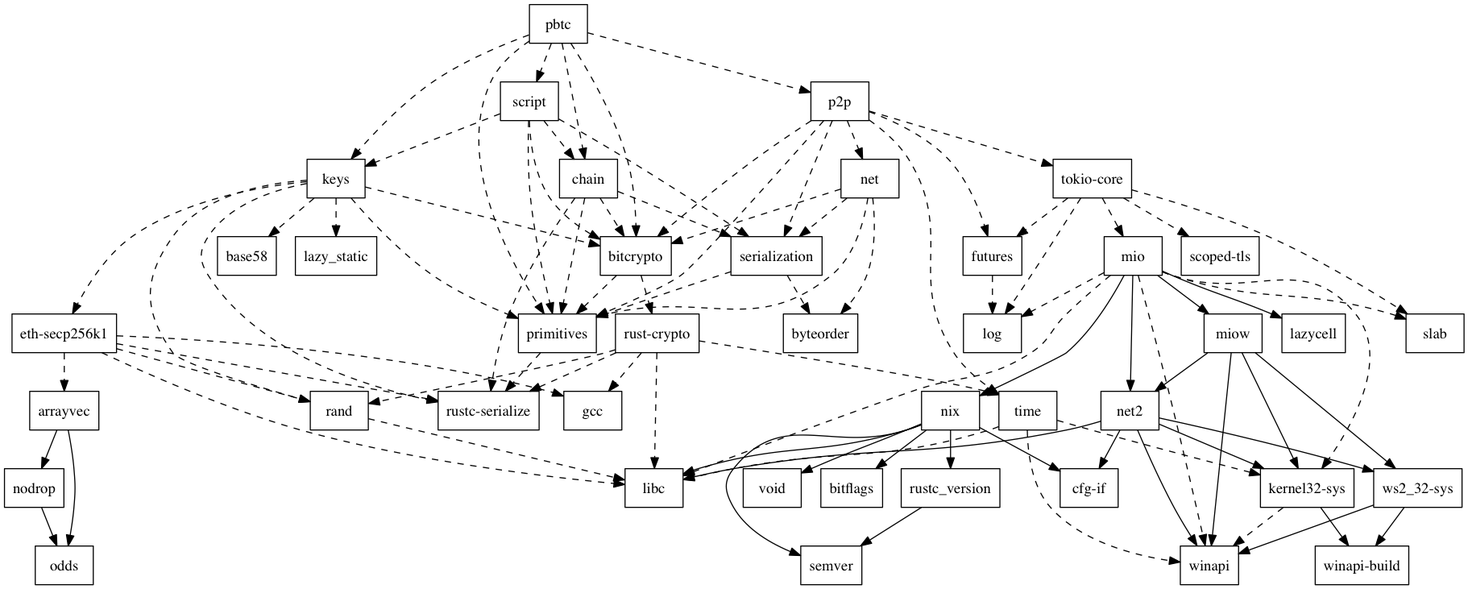
paritytech/parity-bitcoin keeps this Graphviz diagram as tools/graph.png. Above is the earlier version. Its source is kept beside it as tools/graph.dot.
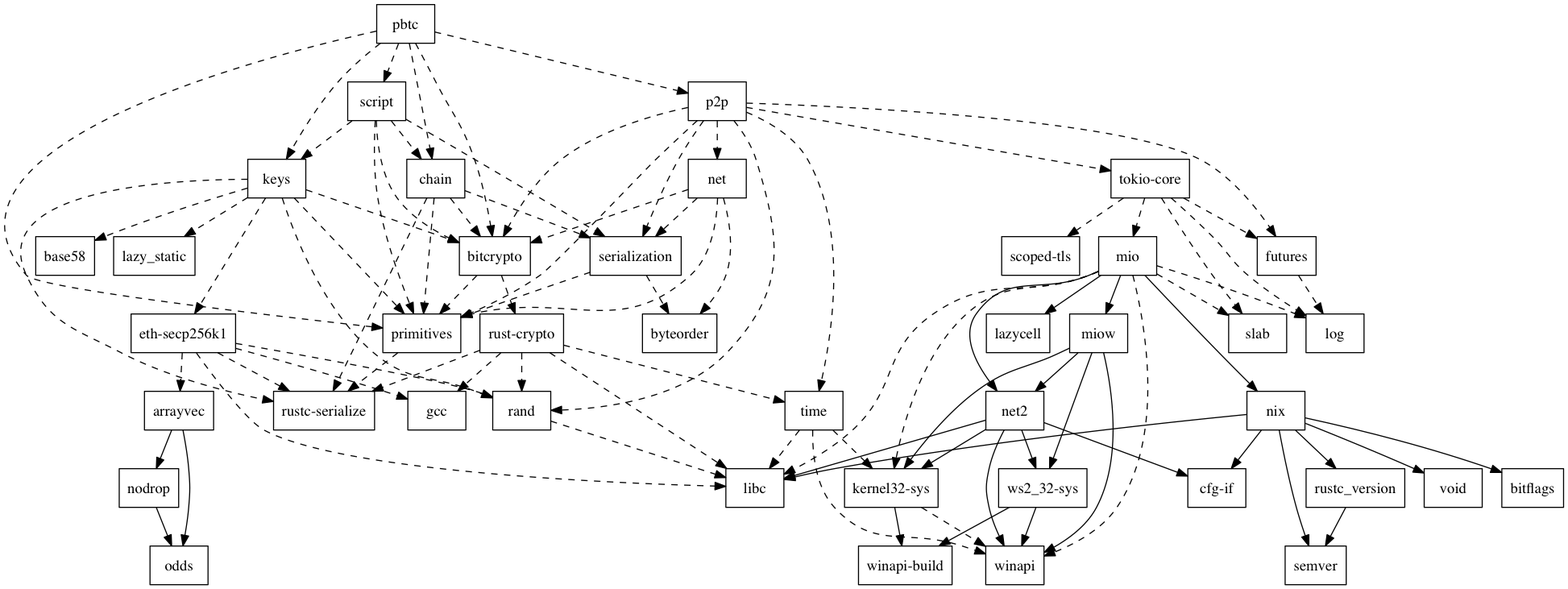
The same diagram one commit later.

The edit, as a diff of the source:
```diff
@@ -62,6 +62,7 @@
 	N4 -> N1[label="",style=dashed];
 	N4 -> N5[label="",style=dashed];
 	N4 -> N16[label="",style=dashed];
+	N4 -> N20[label="",style=dashed];
 	N4 -> N21[label="",style=dashed];
 	N4 -> N34[label="",style=dashed];
 	N4 -> N38[label="",style=dashed];
```
